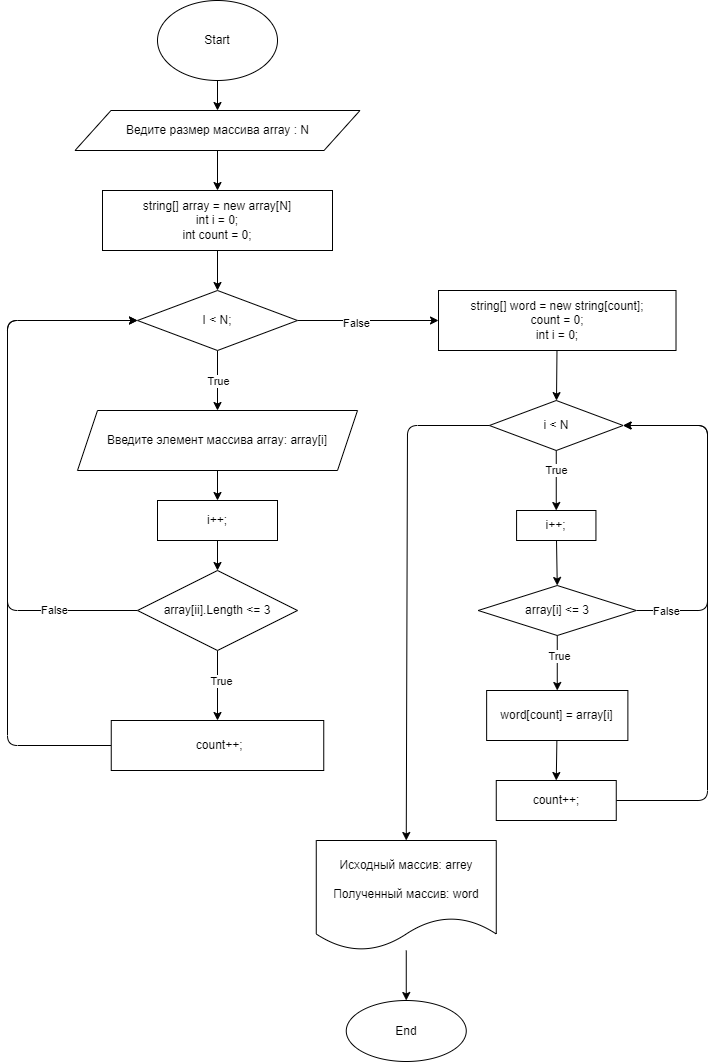
Nord-Orn/FinalVerificationWork keeps this draw.io diagram as ex001.drawio.png. Above is the earlier version. Source tidied: cells renumbered, new cells last; positions are measured from the earlier drawing's top-left corner, leaving out a move shared by most shapes.
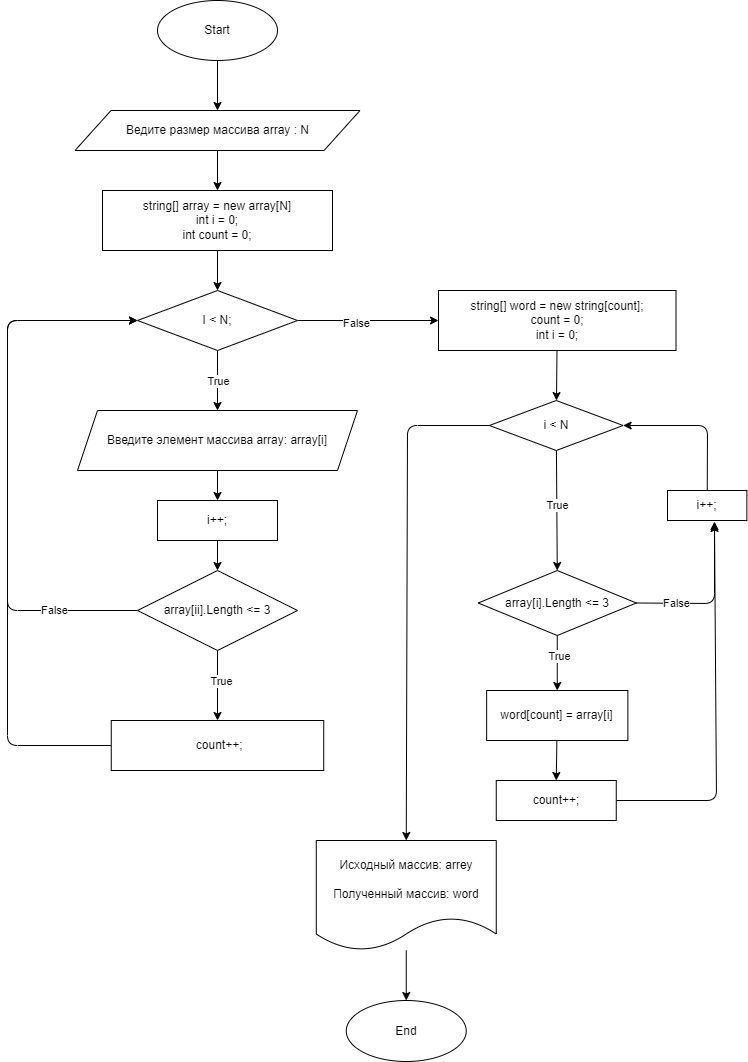
Above is the later version.

Change to the diagram source:
```diff
@@ -6,7 +6,7 @@
       <mxGeometry relative="1" as="geometry" />
     </mxCell>
     <mxCell id="3" value="Start" style="ellipse;whiteSpace=wrap;html=1;" parent="1" vertex="1">
-      <mxGeometry x="150" width="120" height="80" as="geometry" />
+      <mxGeometry x="150" width="120" height="60" as="geometry" />
     </mxCell>
     <mxCell id="4" style="edgeStyle=none;html=1;" parent="1" edge="1" source="5" target="14">
       <mxGeometry relative="1" as="geometry" />
@@ -89,12 +89,12 @@
     <mxCell id="25" value="i++;" style="rounded=0;whiteSpace=wrap;html=1;" parent="1" vertex="1">
       <mxGeometry x="150" y="500" width="120" height="40" as="geometry" />
     </mxCell>
-    <mxCell id="26" style="edgeStyle=none;html=1;" parent="1" edge="1" source="29" target="36">
+    <mxCell id="26" style="edgeStyle=none;html=1;entryX=0.5;entryY=0;entryDx=0;entryDy=0;" parent="1" edge="1" source="29" target="34">
       <mxGeometry relative="1" as="geometry" />
     </mxCell>
     <mxCell id="27" value="True" style="edgeLabel;html=1;align=center;verticalAlign=middle;" parent="26" vertex="1">
       <mxGeometry x="-0.44" y="-1" relative="1" as="geometry">
-        <mxPoint x="1" y="3" as="offset" />
+        <mxPoint x="1" y="21" as="offset" />
       </mxGeometry>
     </mxCell>
     <mxCell id="28" style="edgeStyle=none;html=1;exitX=0;exitY=0.5;exitDx=0;exitDy=0;entryX=0.5;entryY=0;entryDx=0;entryDy=0;" parent="1" edge="1" source="29" target="42">
@@ -113,28 +113,30 @@
     <mxCell id="31" value="True" style="edgeLabel;html=1;align=center;verticalAlign=middle;" parent="30" vertex="1">
       <mxGeometry x="-0.28" y="2" relative="1" as="geometry" />
     </mxCell>
-    <mxCell id="32" style="edgeStyle=none;html=1;entryX=1;entryY=0.5;entryDx=0;entryDy=0;exitX=1;exitY=0.5;exitDx=0;exitDy=0;" parent="1" edge="1" source="34" target="29">
-      <mxGeometry relative="1" as="geometry">
-        <Array as="points">
-          <mxPoint x="700" y="610" />
-          <mxPoint x="700" y="520" />
-          <mxPoint x="700" y="425" />
-        </Array>
-      </mxGeometry>
-    </mxCell>
+    <mxCell id="44" style="edgeStyle=none;html=1;entryX=0.592;entryY=1.033;entryDx=0;entryDy=0;entryPerimeter=0;exitX=1;exitY=0.5;exitDx=0;exitDy=0;" parent="1" edge="1" source="34" target="36">
+      <mxGeometry relative="1" as="geometry">
+        <Array as="points">
+          <mxPoint x="707" y="603" />
+        </Array>
+      </mxGeometry>
+    </mxCell>
-    <mxCell id="33" value="False" style="edgeLabel;html=1;align=center;verticalAlign=middle;" parent="32" vertex="1">
-      <mxGeometry x="-0.88" y="-2" relative="1" as="geometry">
-        <mxPoint x="10" y="-2" as="offset" />
+    <mxCell id="33" value="False" style="edgeLabel;html=1;align=center;verticalAlign=middle;" parent="44" vertex="1">
+      <mxGeometry x="-0.69" y="-2" relative="1" as="geometry">
+        <mxPoint x="15" y="-2" as="offset" />
       </mxGeometry>
     </mxCell>
-    <mxCell id="34" value="array[i] &amp;lt;= 3" style="rhombus;whiteSpace=wrap;html=1;rounded=0;" parent="1" vertex="1">
-      <mxGeometry x="470.7" y="585" width="158.1" height="50" as="geometry" />
+    <mxCell id="34" value="array[i].Length &amp;lt;= 3" style="rhombus;whiteSpace=wrap;html=1;rounded=0;" parent="1" vertex="1">
+      <mxGeometry x="470.7" y="570" width="158.1" height="65" as="geometry" />
     </mxCell>
-    <mxCell id="35" style="edgeStyle=none;html=1;entryX=0.5;entryY=0;entryDx=0;entryDy=0;" parent="1" edge="1" source="36" target="34">
-      <mxGeometry relative="1" as="geometry" />
-    </mxCell>
+    <mxCell id="45" style="edgeStyle=none;html=1;entryX=1;entryY=0.5;entryDx=0;entryDy=0;" parent="1" edge="1" source="36" target="29">
+      <mxGeometry relative="1" as="geometry">
+        <Array as="points">
+          <mxPoint x="700" y="425" />
+        </Array>
+      </mxGeometry>
+    </mxCell>
     <mxCell id="36" value="i++;" style="whiteSpace=wrap;html=1;rounded=0;" parent="1" vertex="1">
-      <mxGeometry x="509.1" y="510" width="79.4" height="30" as="geometry" />
+      <mxGeometry x="660" y="490" width="79.4" height="30" as="geometry" />
     </mxCell>
     <mxCell id="37" style="edgeStyle=none;html=1;entryX=0.5;entryY=0;entryDx=0;entryDy=0;" parent="1" edge="1" source="38" target="40">
       <mxGeometry relative="1" as="geometry" />
@@ -142,14 +144,13 @@
     <mxCell id="38" value="word[count] = array[i]" style="whiteSpace=wrap;html=1;rounded=0;" parent="1" vertex="1">
       <mxGeometry x="479.1" y="690" width="141.2" height="50" as="geometry" />
     </mxCell>
-    <mxCell id="39" style="edgeStyle=none;html=1;exitX=1;exitY=0.5;exitDx=0;exitDy=0;entryX=1;entryY=0.5;entryDx=0;entryDy=0;" parent="1" edge="1" source="40" target="29">
-      <mxGeometry relative="1" as="geometry">
-        <Array as="points">
-          <mxPoint x="700" y="800" />
-          <mxPoint x="700" y="425" />
-        </Array>
-      </mxGeometry>
-    </mxCell>
+    <mxCell id="46" style="edgeStyle=none;html=1;entryX=0.592;entryY=1.1;entryDx=0;entryDy=0;entryPerimeter=0;exitX=1;exitY=0.5;exitDx=0;exitDy=0;" parent="1" edge="1" source="40" target="36">
+      <mxGeometry relative="1" as="geometry">
+        <Array as="points">
+          <mxPoint x="709" y="800" />
+        </Array>
+      </mxGeometry>
+    </mxCell>
     <mxCell id="40" value="count++;" style="whiteSpace=wrap;html=1;rounded=0;" parent="1" vertex="1">
       <mxGeometry x="488.8" y="780" width="120" height="40" as="geometry" />
     </mxCell>
```
